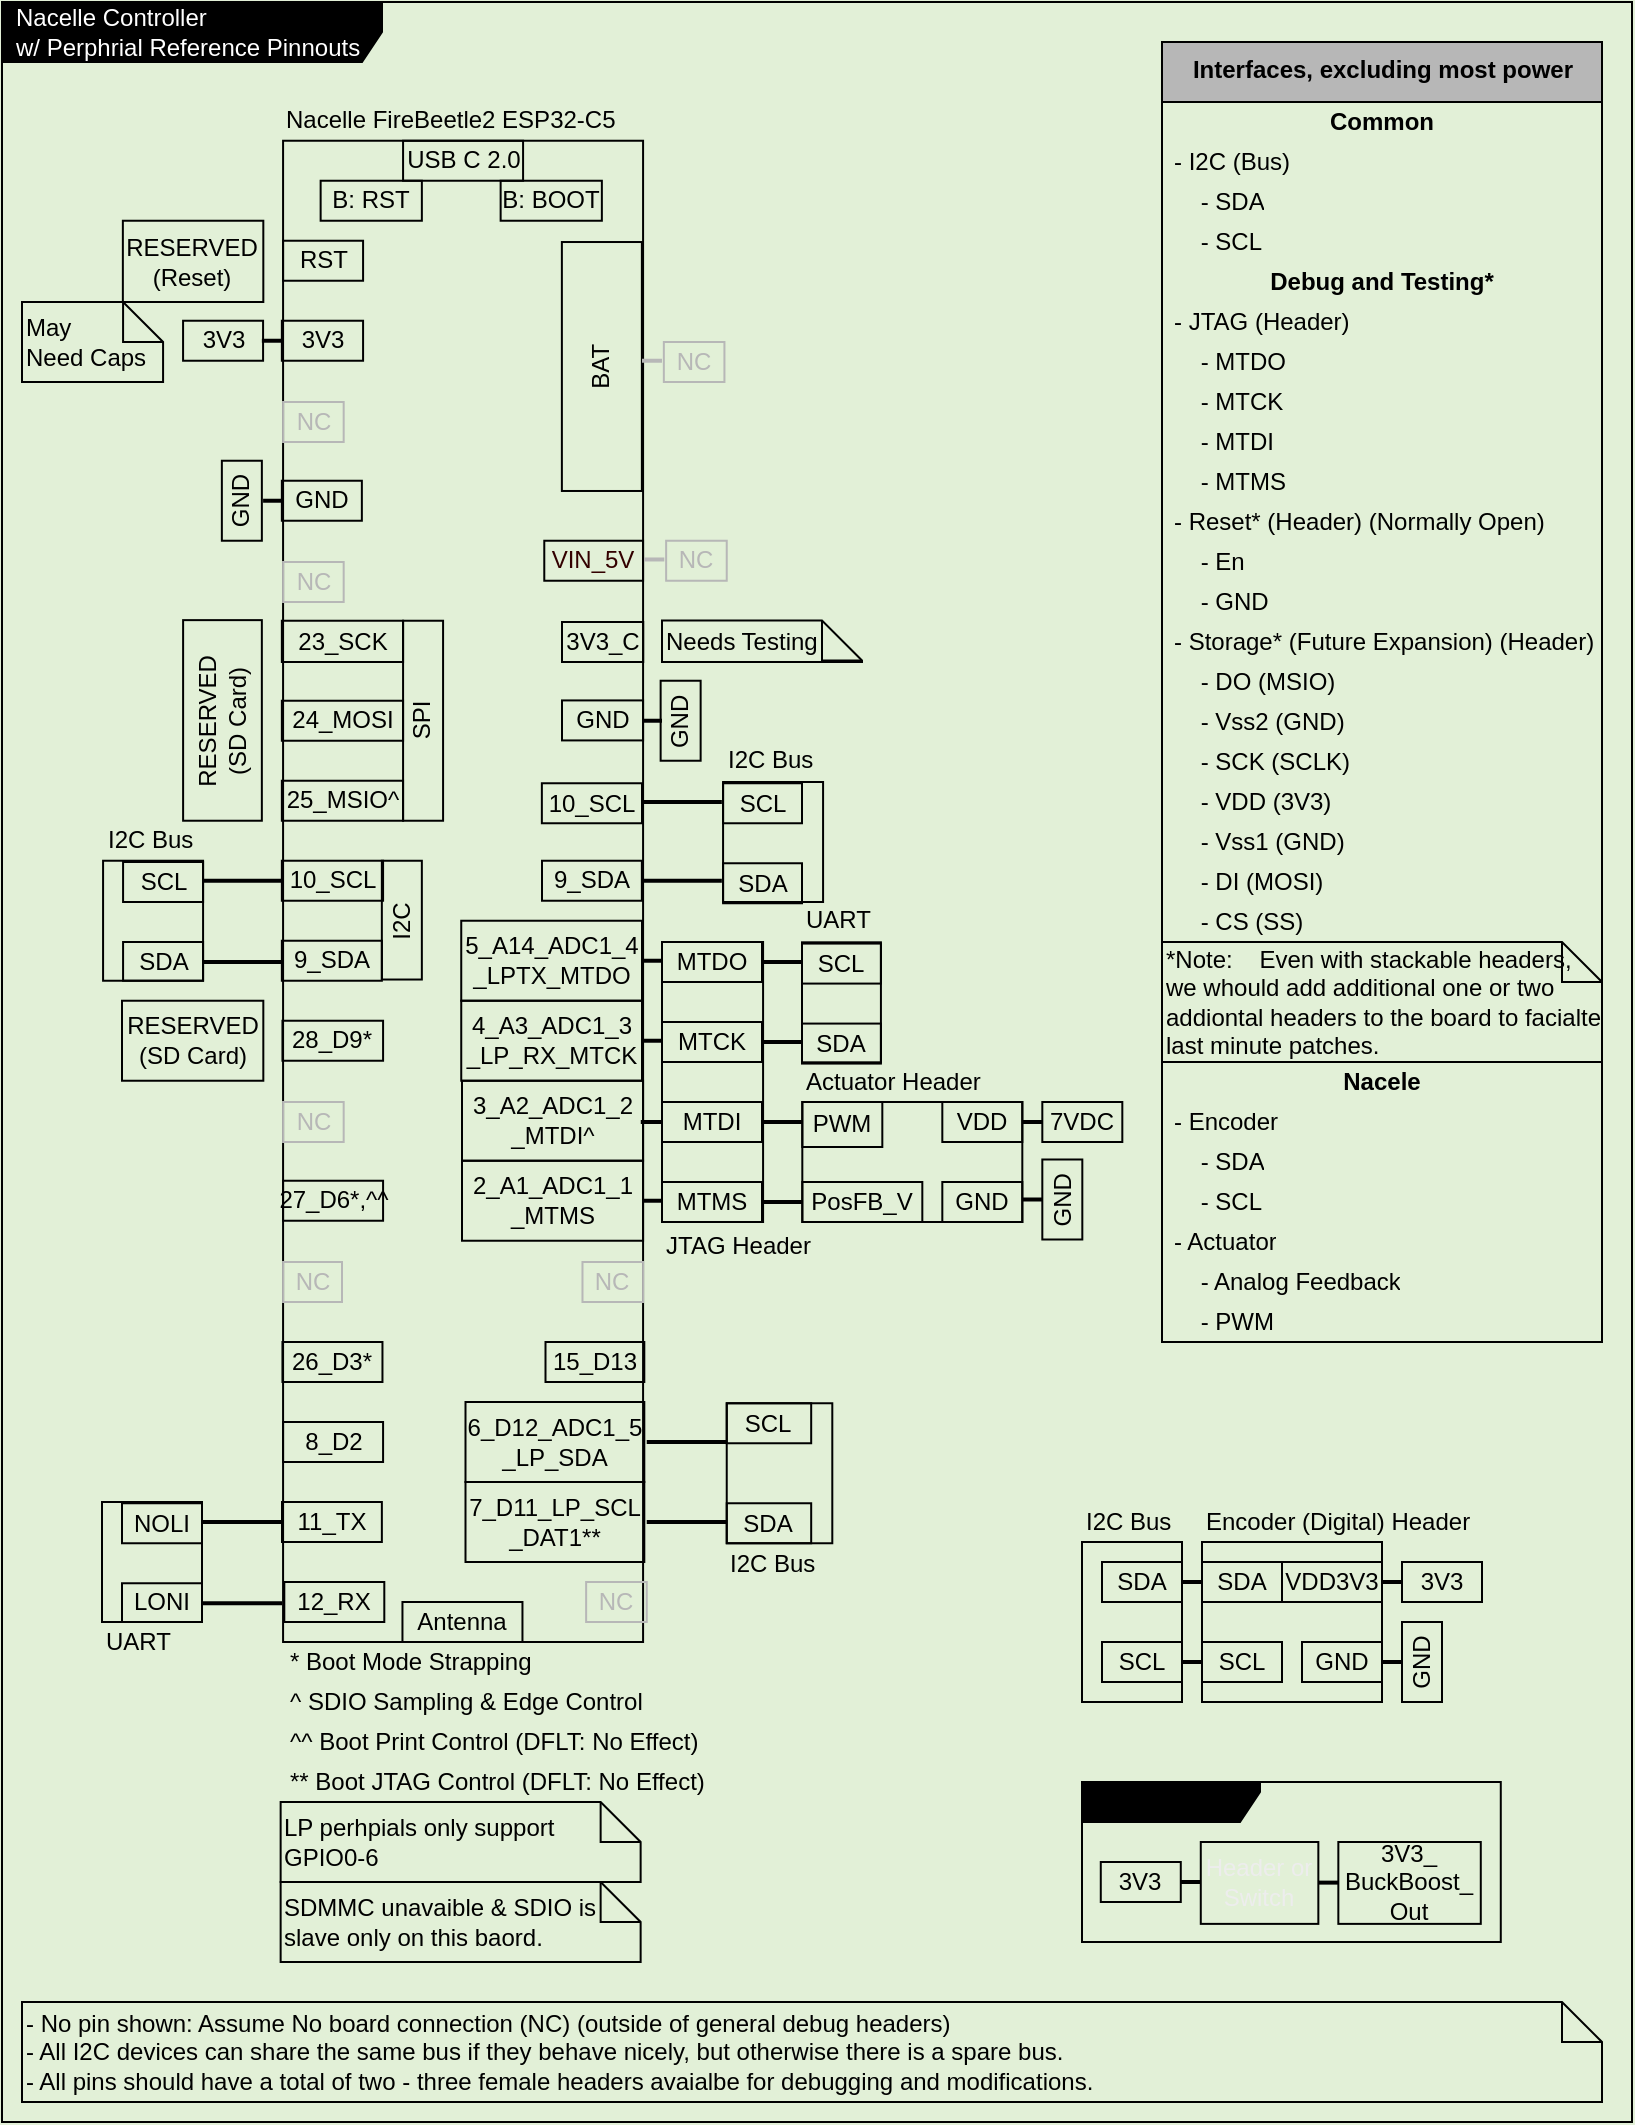
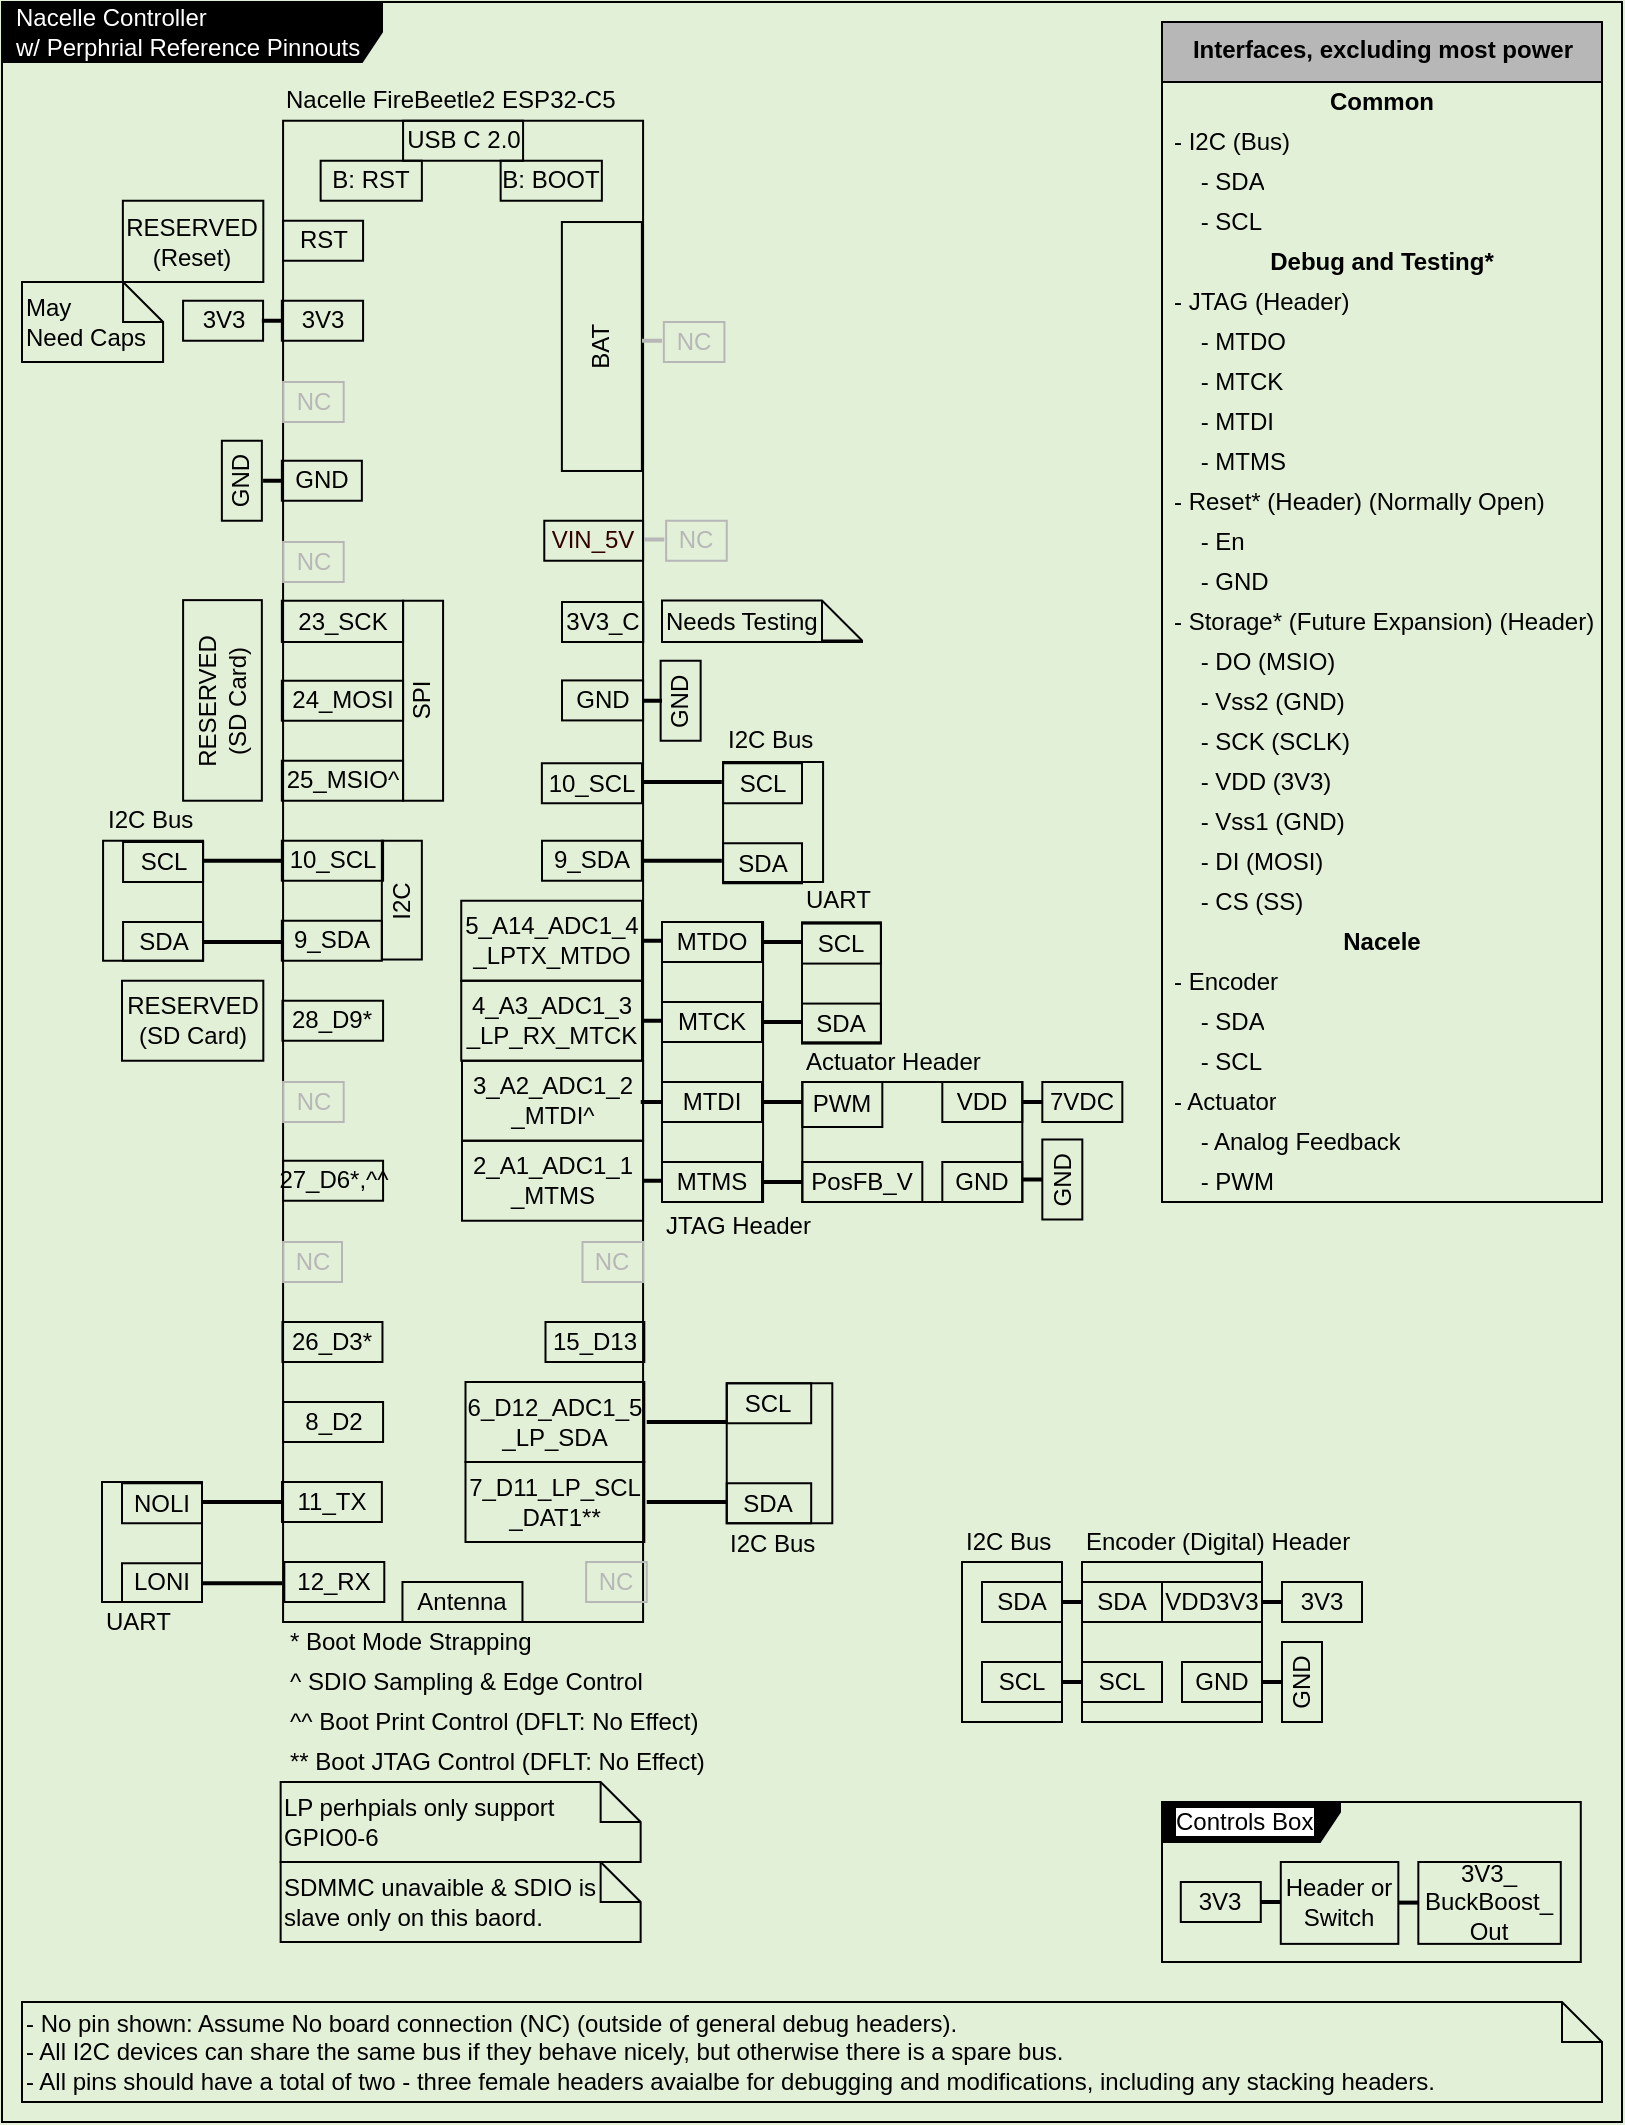
<mxfile host="65bd71144e">
    <diagram id="xW1vHMj48wwB0oUlumkL" name="Page-1">
        <mxGraphModel dx="1214" dy="571" grid="1" gridSize="10" guides="1" tooltips="1" connect="1" arrows="1" fold="1" page="1" pageScale="1" pageWidth="850" pageHeight="1100" background="#E2F0D7" math="0" shadow="0">
            <root>
                <mxCell id="0"/>
                <mxCell id="1" parent="0"/>
                <mxCell id="521" value="&lt;font color=&quot;#ffffff&quot;&gt;Nacelle Controller&lt;br&gt;w/ Perphrial Reference Pinnouts&lt;/font&gt;" style="shape=umlFrame;whiteSpace=wrap;html=1;width=190;height=30;boundedLbl=1;verticalAlign=middle;align=left;spacingLeft=5;fontColor=#000000;strokeColor=#000000;fillColor=#000000;gradientColor=#000000;fillStyle=solid;movable=1;resizable=1;rotatable=1;deletable=1;editable=1;connectable=1;" parent="1" vertex="1">
-                     <mxGeometry x="20" y="10" width="815" height="1060" as="geometry"/>
+                     <mxGeometry x="20" y="20" width="810" height="1060" as="geometry"/>
                </mxCell>
                <mxCell id="928" value="" style="text;html=1;strokeColor=#000000;fillColor=none;align=center;verticalAlign=middle;whiteSpace=wrap;rounded=0;fontColor=#000000;container=0;" vertex="1" parent="1">
                    <mxGeometry x="350" y="480" width="50.54" height="140" as="geometry"/>
                </mxCell>
                <mxCell id="40" value="&lt;span style=&quot;color: rgba(0, 0, 0, 0); font-family: monospace; font-size: 0px; text-align: start;&quot;&gt;%3CmxGraphModel%3E%3Croot%3E%3CmxCell%20id%3D%220%22%2F%3E%3CmxCell%20id%3D%221%22%20parent%3D%220%22%2F%3E%3CmxCell%20id%3D%222%22%20value%3D%22Common%22%20style%3D%22text%3Bhtml%3D1%3BstrokeColor%3Dnone%3BfillColor%3Dnone%3Balign%3Dcenter%3BverticalAlign%3Dmiddle%3BspacingLeft%3D4%3BspacingRight%3D4%3Boverflow%3Dhidden%3Brotatable%3D0%3Bpoints%3D%5B%5B0%2C0.5%5D%2C%5B1%2C0.5%5D%5D%3BportConstraint%3Deastwest%3BfontColor%3D%23000000%3B%22%20vertex%3D%221%22%20parent%3D%221%22%3E%3CmxGeometry%20x%3D%22530%22%20y%3D%2280%22%20width%3D%22272.5%22%20height%3D%2220%22%20as%3D%22geometry%22%2F%3E%3C%2FmxCell%3E%3C%2Froot%3E%3C%2FmxGraphModel%3E&lt;/span&gt;" style="rounded=0;whiteSpace=wrap;html=1;fillColor=none;strokeColor=#000000;fontColor=#000000;" parent="1" vertex="1">
                    <mxGeometry x="160.54" y="79.37" width="180" height="750.63" as="geometry"/>
                </mxCell>
                <mxCell id="147" value="3V3" style="text;html=1;strokeColor=#000000;fillColor=none;align=center;verticalAlign=middle;whiteSpace=wrap;rounded=0;fontColor=#000000;" parent="1" vertex="1">
                    <mxGeometry x="110.54" y="169.37" width="40" height="20" as="geometry"/>
                </mxCell>
                <mxCell id="41" value="RST" style="text;html=1;strokeColor=#000000;fillColor=none;align=center;verticalAlign=middle;whiteSpace=wrap;rounded=0;fontColor=#000000;" parent="1" vertex="1">
                    <mxGeometry x="160.54" y="129.37" width="40" height="20" as="geometry"/>
                </mxCell>
                <mxCell id="45" value="Nacelle FireBeetle2 ESP32-C5" style="text;html=1;strokeColor=none;fillColor=none;align=left;verticalAlign=middle;whiteSpace=wrap;rounded=0;fontColor=#000000;" parent="1" vertex="1">
                    <mxGeometry x="159.92999999999998" y="59.37" width="180.61" height="20" as="geometry"/>
                </mxCell>
                <mxCell id="46" value="3V3" style="text;html=1;strokeColor=#000000;fillColor=none;align=center;verticalAlign=middle;whiteSpace=wrap;rounded=0;fontColor=#000000;" parent="1" vertex="1">
                    <mxGeometry x="159.92999999999998" y="169.37" width="40.61" height="20" as="geometry"/>
                </mxCell>
                <mxCell id="50" value="GND" style="text;html=1;strokeColor=#000000;fillColor=none;align=center;verticalAlign=middle;whiteSpace=wrap;rounded=0;fontColor=#000000;" parent="1" vertex="1">
                    <mxGeometry x="159.92999999999998" y="249.37" width="40" height="20" as="geometry"/>
                </mxCell>
                <mxCell id="62" value="23_SCK" style="text;html=1;strokeColor=#000000;fillColor=none;align=center;verticalAlign=middle;whiteSpace=wrap;rounded=0;fontColor=#000000;" parent="1" vertex="1">
                    <mxGeometry x="159.92999999999998" y="319.37" width="60.61" height="20.63" as="geometry"/>
                </mxCell>
                <mxCell id="64" value="24_MOSI" style="text;html=1;strokeColor=#000000;fillColor=none;align=center;verticalAlign=middle;whiteSpace=wrap;rounded=0;fontColor=#000000;" parent="1" vertex="1">
                    <mxGeometry x="159.92999999999998" y="359.37" width="60.61" height="20" as="geometry"/>
                </mxCell>
                <mxCell id="66" value="25_MSIO^" style="text;html=1;strokeColor=#000000;fillColor=none;align=center;verticalAlign=middle;whiteSpace=wrap;rounded=0;fontColor=#000000;" parent="1" vertex="1">
                    <mxGeometry x="159.92999999999998" y="399.37" width="60.61" height="20" as="geometry"/>
                </mxCell>
                <mxCell id="69" value="10_SCL" style="text;html=1;strokeColor=#000000;fillColor=none;align=center;verticalAlign=middle;whiteSpace=wrap;rounded=0;fontColor=#000000;" parent="1" vertex="1">
                    <mxGeometry x="289.93" y="400.63" width="50.07" height="20" as="geometry"/>
                </mxCell>
                <mxCell id="71" value="9_SDA" style="text;html=1;strokeColor=#000000;fillColor=none;align=center;verticalAlign=middle;whiteSpace=wrap;rounded=0;fontColor=#000000;" parent="1" vertex="1">
                    <mxGeometry x="290" y="439.37" width="49.93" height="20" as="geometry"/>
                </mxCell>
                <mxCell id="73" value="5_A14_ADC1_4&lt;br&gt;_LPTX_MTDO" style="text;html=1;strokeColor=#000000;fillColor=none;align=center;verticalAlign=middle;whiteSpace=wrap;rounded=0;fontColor=#000000;" parent="1" vertex="1">
                    <mxGeometry x="249.62" y="469.37" width="90.38" height="40" as="geometry"/>
                </mxCell>
                <mxCell id="107" value="10_SCL" style="text;html=1;strokeColor=#000000;fillColor=none;align=center;verticalAlign=middle;whiteSpace=wrap;rounded=0;fontColor=#000000;" parent="1" vertex="1">
                    <mxGeometry x="159.92999999999998" y="439.37" width="50.61" height="20" as="geometry"/>
                </mxCell>
                <mxCell id="110" value="4_A3_ADC1_3&lt;br&gt;_LP_RX_MTCK" style="text;html=1;strokeColor=#000000;fillColor=none;align=center;verticalAlign=middle;whiteSpace=wrap;rounded=0;fontColor=#000000;" parent="1" vertex="1">
                    <mxGeometry x="249.62" y="509.37" width="90.38" height="40" as="geometry"/>
                </mxCell>
                <mxCell id="111" value="9_SDA" style="text;html=1;strokeColor=#000000;fillColor=none;align=center;verticalAlign=middle;whiteSpace=wrap;rounded=0;fontColor=#000000;" parent="1" vertex="1">
                    <mxGeometry x="159.92999999999998" y="479.37" width="50" height="20" as="geometry"/>
                </mxCell>
                <mxCell id="112" value="" style="line;strokeWidth=2;html=1;strokeColor=#000000;fontColor=#000000;" parent="1" vertex="1">
                    <mxGeometry x="149.92999999999998" y="174.37" width="10" height="10" as="geometry"/>
                </mxCell>
                <mxCell id="113" value="28_D9*" style="text;html=1;strokeColor=#000000;fillColor=none;align=center;verticalAlign=middle;whiteSpace=wrap;rounded=0;fontColor=#000000;" parent="1" vertex="1">
                    <mxGeometry x="160.23" y="519.37" width="50.31" height="20" as="geometry"/>
                </mxCell>
                <mxCell id="115" value="VIN_5V" style="text;html=1;strokeColor=#000000;fillColor=none;align=center;verticalAlign=middle;whiteSpace=wrap;rounded=0;fontColor=#330000;" parent="1" vertex="1">
                    <mxGeometry x="291.14000000000004" y="279.37" width="49.4" height="20" as="geometry"/>
                </mxCell>
                <mxCell id="118" value="2_A1_ADC1_1&lt;br&gt;_MTMS" style="text;html=1;strokeColor=#000000;fillColor=none;align=center;verticalAlign=middle;whiteSpace=wrap;rounded=0;fontColor=#000000;" parent="1" vertex="1">
                    <mxGeometry x="250" y="589.37" width="90.54" height="40" as="geometry"/>
                </mxCell>
                <mxCell id="123" value="27_D6*,^^" style="text;html=1;strokeColor=#000000;fillColor=none;align=center;verticalAlign=middle;whiteSpace=wrap;rounded=0;fontColor=#000000;" parent="1" vertex="1">
                    <mxGeometry x="160.54" y="599.37" width="50" height="20" as="geometry"/>
                </mxCell>
                <mxCell id="131" value="USB C 2.0" style="text;html=1;strokeColor=#000000;fillColor=none;align=center;verticalAlign=middle;whiteSpace=wrap;rounded=0;fontColor=#000000;" parent="1" vertex="1">
                    <mxGeometry x="220.54" y="79.37" width="60" height="20" as="geometry"/>
                </mxCell>
                <mxCell id="177" value="3_A2_ADC1_2&lt;br&gt;_MTDI^" style="text;html=1;strokeColor=#000000;fillColor=none;align=center;verticalAlign=middle;whiteSpace=wrap;rounded=0;fontColor=#000000;" parent="1" vertex="1">
                    <mxGeometry x="250" y="549.37" width="90.54" height="40" as="geometry"/>
                </mxCell>
                <mxCell id="297" value="&lt;font style=&quot;color: light-dark(rgb(0, 0, 0), rgb(255, 255, 255));&quot;&gt;&lt;b style=&quot;&quot;&gt;Interfaces, excluding most power&lt;/b&gt;&lt;/font&gt;" style="swimlane;fontStyle=0;align=center;verticalAlign=top;childLayout=stackLayout;horizontal=1;startSize=30;horizontalStack=0;resizeParent=1;resizeParentMax=0;resizeLast=0;collapsible=0;marginBottom=0;html=1;fontColor=#000000;strokeColor=#000000;fillColor=#b7b7b7;" parent="1" vertex="1">
-                     <mxGeometry x="600" y="30" width="220" height="650" as="geometry"/>
+                     <mxGeometry x="600" y="30" width="220" height="590" as="geometry"/>
                </mxCell>
                <mxCell id="298" value="&lt;b&gt;&lt;font style=&quot;color: light-dark(rgb(0, 0, 0), rgb(255, 255, 255));&quot;&gt;Common&lt;/font&gt;&lt;/b&gt;" style="text;html=1;strokeColor=none;fillColor=none;align=center;verticalAlign=middle;spacingLeft=4;spacingRight=4;overflow=hidden;rotatable=0;points=[[0,0.5],[1,0.5]];portConstraint=eastwest;fontColor=#000000;" parent="297" vertex="1">
                    <mxGeometry y="30" width="220" height="20" as="geometry"/>
                </mxCell>
                <mxCell id="299" value="- I2C (Bus)" style="text;html=1;align=left;verticalAlign=middle;spacingLeft=4;spacingRight=4;overflow=hidden;rotatable=0;points=[[0,0.5],[1,0.5]];portConstraint=eastwest;fontColor=#000000;strokeColor=none;" parent="297" vertex="1">
                    <mxGeometry y="50" width="220" height="20" as="geometry"/>
                </mxCell>
                <mxCell id="300" value="&amp;nbsp; &amp;nbsp; - SDA" style="text;html=1;align=left;verticalAlign=middle;spacingLeft=4;spacingRight=4;overflow=hidden;rotatable=0;points=[[0,0.5],[1,0.5]];portConstraint=eastwest;fontColor=#000000;strokeColor=none;" parent="297" vertex="1">
                    <mxGeometry y="70" width="220" height="20" as="geometry"/>
                </mxCell>
                <mxCell id="301" value="&amp;nbsp; &amp;nbsp; - SCL" style="text;html=1;align=left;verticalAlign=middle;spacingLeft=4;spacingRight=4;overflow=hidden;rotatable=0;points=[[0,0.5],[1,0.5]];portConstraint=eastwest;fontColor=#000000;strokeColor=none;" parent="297" vertex="1">
                    <mxGeometry y="90" width="220" height="20" as="geometry"/>
                </mxCell>
                <mxCell id="302" value="&lt;b&gt;&lt;font style=&quot;color: light-dark(rgb(0, 0, 0), rgb(255, 255, 255));&quot;&gt;Debug and Testing*&lt;/font&gt;&lt;/b&gt;" style="text;html=1;strokeColor=none;fillColor=none;align=center;verticalAlign=middle;spacingLeft=4;spacingRight=4;overflow=hidden;rotatable=0;points=[[0,0.5],[1,0.5]];portConstraint=eastwest;fontColor=#000000;" parent="297" vertex="1">
                    <mxGeometry y="110" width="220" height="20" as="geometry"/>
                </mxCell>
                <mxCell id="309" value="- JTAG (Header)" style="text;html=1;align=left;verticalAlign=middle;spacingLeft=4;spacingRight=4;overflow=hidden;rotatable=0;points=[[0,0.5],[1,0.5]];portConstraint=eastwest;fontColor=#000000;strokeColor=none;" parent="297" vertex="1">
                    <mxGeometry y="130" width="220" height="20" as="geometry"/>
                </mxCell>
                <mxCell id="313" value="&amp;nbsp; &amp;nbsp; - MTDO" style="text;html=1;align=left;verticalAlign=middle;spacingLeft=4;spacingRight=4;overflow=hidden;rotatable=0;points=[[0,0.5],[1,0.5]];portConstraint=eastwest;fontColor=#000000;strokeColor=none;" parent="297" vertex="1">
                    <mxGeometry y="150" width="220" height="20" as="geometry"/>
                </mxCell>
                <mxCell id="314" value="&amp;nbsp; &amp;nbsp; - MTCK" style="text;html=1;align=left;verticalAlign=middle;spacingLeft=4;spacingRight=4;overflow=hidden;rotatable=0;points=[[0,0.5],[1,0.5]];portConstraint=eastwest;fontColor=#000000;strokeColor=none;" parent="297" vertex="1">
                    <mxGeometry y="170" width="220" height="20" as="geometry"/>
                </mxCell>
                <mxCell id="315" value="&amp;nbsp; &amp;nbsp; - MTDI" style="text;html=1;align=left;verticalAlign=middle;spacingLeft=4;spacingRight=4;overflow=hidden;rotatable=0;points=[[0,0.5],[1,0.5]];portConstraint=eastwest;fontColor=#000000;strokeColor=none;" parent="297" vertex="1">
                    <mxGeometry y="190" width="220" height="20" as="geometry"/>
                </mxCell>
                <mxCell id="310" value="&amp;nbsp; &amp;nbsp; - MTMS" style="text;html=1;align=left;verticalAlign=middle;spacingLeft=4;spacingRight=4;overflow=hidden;rotatable=0;points=[[0,0.5],[1,0.5]];portConstraint=eastwest;fontColor=#000000;strokeColor=none;" parent="297" vertex="1">
                    <mxGeometry y="210" width="220" height="20" as="geometry"/>
                </mxCell>
                <mxCell id="303" value="- Reset* (Header) (Normally Open)" style="text;html=1;align=left;verticalAlign=middle;spacingLeft=4;spacingRight=4;overflow=hidden;rotatable=0;points=[[0,0.5],[1,0.5]];portConstraint=eastwest;fontColor=#000000;strokeColor=none;" parent="297" vertex="1">
                    <mxGeometry y="230" width="220" height="20" as="geometry"/>
                </mxCell>
                <mxCell id="304" value="&amp;nbsp; &amp;nbsp; - En" style="text;html=1;align=left;verticalAlign=middle;spacingLeft=4;spacingRight=4;overflow=hidden;rotatable=0;points=[[0,0.5],[1,0.5]];portConstraint=eastwest;fontColor=#000000;strokeColor=none;" parent="297" vertex="1">
                    <mxGeometry y="250" width="220" height="20" as="geometry"/>
                </mxCell>
                <mxCell id="305" value="&amp;nbsp; &amp;nbsp; - GND" style="text;html=1;align=left;verticalAlign=middle;spacingLeft=4;spacingRight=4;overflow=hidden;rotatable=0;points=[[0,0.5],[1,0.5]];portConstraint=eastwest;fontColor=#000000;strokeColor=none;" parent="297" vertex="1">
                    <mxGeometry y="270" width="220" height="20" as="geometry"/>
                </mxCell>
                <mxCell id="316" value="- Storage* (Future Expansion) (Header)" style="text;html=1;align=left;verticalAlign=middle;spacingLeft=4;spacingRight=4;overflow=hidden;rotatable=0;points=[[0,0.5],[1,0.5]];portConstraint=eastwest;fontColor=#000000;strokeColor=none;" parent="297" vertex="1">
                    <mxGeometry y="290" width="220" height="20" as="geometry"/>
                </mxCell>
                <mxCell id="317" value="&lt;font style=&quot;&quot;&gt;&lt;font style=&quot;color: light-dark(rgb(0, 0, 0), rgb(255, 255, 255));&quot;&gt;&amp;nbsp; &amp;nbsp; -&amp;nbsp;&lt;/font&gt;&lt;span style=&quot;text-align: center;&quot;&gt;&lt;font style=&quot;color: light-dark(rgb(0, 0, 0), rgb(255, 255, 255));&quot;&gt;DO (MSIO)&lt;/font&gt;&lt;/span&gt;&lt;/font&gt;" style="text;html=1;align=left;verticalAlign=middle;spacingLeft=4;spacingRight=4;overflow=hidden;rotatable=0;points=[[0,0.5],[1,0.5]];portConstraint=eastwest;fontColor=#000000;strokeColor=none;" parent="297" vertex="1">
                    <mxGeometry y="310" width="220" height="20" as="geometry"/>
                </mxCell>
                <mxCell id="318" value="&amp;nbsp; &amp;nbsp; - Vss2 (GND)" style="text;html=1;align=left;verticalAlign=middle;spacingLeft=4;spacingRight=4;overflow=hidden;rotatable=0;points=[[0,0.5],[1,0.5]];portConstraint=eastwest;fontColor=#000000;strokeColor=none;" parent="297" vertex="1">
                    <mxGeometry y="330" width="220" height="20" as="geometry"/>
                </mxCell>
                <mxCell id="319" value="&lt;font style=&quot;&quot;&gt;&lt;font style=&quot;color: light-dark(rgb(0, 0, 0), rgb(255, 255, 255));&quot;&gt;&amp;nbsp; &amp;nbsp; -&amp;nbsp;&lt;/font&gt;&lt;span style=&quot;text-align: center;&quot;&gt;&lt;font style=&quot;color: light-dark(rgb(0, 0, 0), rgb(255, 255, 255));&quot;&gt;SCK (SCLK)&lt;/font&gt;&lt;/span&gt;&lt;/font&gt;" style="text;html=1;align=left;verticalAlign=middle;spacingLeft=4;spacingRight=4;overflow=hidden;rotatable=0;points=[[0,0.5],[1,0.5]];portConstraint=eastwest;fontColor=#000000;strokeColor=none;" parent="297" vertex="1">
                    <mxGeometry y="350" width="220" height="20" as="geometry"/>
                </mxCell>
                <mxCell id="320" value="&amp;nbsp; &amp;nbsp; - VDD (3V3)" style="text;html=1;align=left;verticalAlign=middle;spacingLeft=4;spacingRight=4;overflow=hidden;rotatable=0;points=[[0,0.5],[1,0.5]];portConstraint=eastwest;fontColor=#000000;strokeColor=none;" parent="297" vertex="1">
                    <mxGeometry y="370" width="220" height="20" as="geometry"/>
                </mxCell>
                <mxCell id="321" value="&amp;nbsp; &amp;nbsp; - Vss1 (GND)" style="text;html=1;align=left;verticalAlign=middle;spacingLeft=4;spacingRight=4;overflow=hidden;rotatable=0;points=[[0,0.5],[1,0.5]];portConstraint=eastwest;fontColor=#000000;strokeColor=none;" parent="297" vertex="1">
                    <mxGeometry y="390" width="220" height="20" as="geometry"/>
                </mxCell>
                <mxCell id="322" value="&lt;font style=&quot;&quot;&gt;&lt;font style=&quot;color: light-dark(rgb(0, 0, 0), rgb(255, 255, 255));&quot;&gt;&amp;nbsp; &amp;nbsp; -&amp;nbsp;&lt;/font&gt;&lt;span style=&quot;text-align: center;&quot;&gt;&lt;font style=&quot;color: light-dark(rgb(0, 0, 0), rgb(255, 255, 255));&quot;&gt;DI (MOSI)&lt;/font&gt;&lt;/span&gt;&lt;/font&gt;" style="text;html=1;align=left;verticalAlign=middle;spacingLeft=4;spacingRight=4;overflow=hidden;rotatable=0;points=[[0,0.5],[1,0.5]];portConstraint=eastwest;fontColor=#000000;strokeColor=none;" parent="297" vertex="1">
                    <mxGeometry y="410" width="220" height="20" as="geometry"/>
                </mxCell>
                <mxCell id="323" value="&amp;nbsp; &amp;nbsp; - CS (SS)" style="text;html=1;align=left;verticalAlign=middle;spacingLeft=4;spacingRight=4;overflow=hidden;rotatable=0;points=[[0,0.5],[1,0.5]];portConstraint=eastwest;fontColor=#000000;strokeColor=none;" parent="297" vertex="1">
                    <mxGeometry y="430" width="220" height="20" as="geometry"/>
                </mxCell>
-                 <mxCell id="324" value="&lt;span style=&quot;&quot;&gt;&lt;font style=&quot;color: light-dark(rgb(0, 0, 0), rgb(255, 255, 255));&quot;&gt;*Note:&amp;nbsp; &amp;nbsp; Even with stackable headers, we whould add additional one or two addiontal headers to the board to facialte last minute patches.&lt;/font&gt;&lt;/span&gt;" style="shape=note;size=20;whiteSpace=wrap;html=1;strokeColor=#000000;fontColor=#000000;fillColor=none;align=left;" parent="297" vertex="1">
-                     <mxGeometry y="450" width="220" height="60" as="geometry"/>
-                 </mxCell>
                <mxCell id="509" value="&lt;b&gt;&lt;font style=&quot;color: light-dark(rgb(0, 0, 0), rgb(255, 255, 255));&quot;&gt;Nacele&lt;/font&gt;&lt;/b&gt;" style="text;html=1;strokeColor=none;fillColor=none;align=center;verticalAlign=middle;spacingLeft=4;spacingRight=4;overflow=hidden;rotatable=0;points=[[0,0.5],[1,0.5]];portConstraint=eastwest;fontColor=#000000;" parent="297" vertex="1">
+                     <mxGeometry y="450" width="220" height="20" as="geometry"/>
+                 </mxCell>
+                 <mxCell id="510" value="- Encoder&lt;span style=&quot;color: rgba(0, 0, 0, 0); font-family: monospace; font-size: 0px;&quot;&gt;%3CmxGraphModel%3E%3Croot%3E%3CmxCell%20id%3D%220%22%2F%3E%3CmxCell%20id%3D%221%22%20parent%3D%220%22%2F%3E%3CmxCell%20id%3D%222%22%20value%3D%22%26amp%3Bnbsp%3B%20%26amp%3Bnbsp%3B%20-%20CS%20(SS)%22%20style%3D%22text%3Bhtml%3D1%3Balign%3Dleft%3BverticalAlign%3Dmiddle%3BspacingLeft%3D4%3BspacingRight%3D4%3Boverflow%3Dhidden%3Brotatable%3D0%3Bpoints%3D%5B%5B0%2C0.5%5D%2C%5B1%2C0.5%5D%5D%3BportConstraint%3Deastwest%3BfontColor%3D%23000000%3BstrokeColor%3Dnone%3B%22%20vertex%3D%221%22%20parent%3D%221%22%3E%3CmxGeometry%20x%3D%22610%22%20y%3D%22575%22%20width%3D%22220%22%20height%3D%2220%22%20as%3D%22geometry%22%2F%3E%3C%2FmxCell%3E%3C%2Froot%3E%3C%2FmxGraphModel%3E&lt;/span&gt;" style="text;html=1;align=left;verticalAlign=middle;spacingLeft=4;spacingRight=4;overflow=hidden;rotatable=0;points=[[0,0.5],[1,0.5]];portConstraint=eastwest;fontColor=#000000;strokeColor=none;" parent="297" vertex="1">
+                     <mxGeometry y="470" width="220" height="20" as="geometry"/>
+                 </mxCell>
+                 <mxCell id="617" value="&amp;nbsp; &amp;nbsp; - SDA" style="text;html=1;align=left;verticalAlign=middle;spacingLeft=4;spacingRight=4;overflow=hidden;rotatable=0;points=[[0,0.5],[1,0.5]];portConstraint=eastwest;fontColor=#000000;strokeColor=none;" parent="297" vertex="1">
+                     <mxGeometry y="490" width="220" height="20" as="geometry"/>
+                 </mxCell>
+                 <mxCell id="618" value="&amp;nbsp; &amp;nbsp; - SCL" style="text;html=1;align=left;verticalAlign=middle;spacingLeft=4;spacingRight=4;overflow=hidden;rotatable=0;points=[[0,0.5],[1,0.5]];portConstraint=eastwest;fontColor=#000000;strokeColor=none;" parent="297" vertex="1">
                    <mxGeometry y="510" width="220" height="20" as="geometry"/>
                </mxCell>
-                 <mxCell id="510" value="- Encoder&lt;span style=&quot;color: rgba(0, 0, 0, 0); font-family: monospace; font-size: 0px;&quot;&gt;%3CmxGraphModel%3E%3Croot%3E%3CmxCell%20id%3D%220%22%2F%3E%3CmxCell%20id%3D%221%22%20parent%3D%220%22%2F%3E%3CmxCell%20id%3D%222%22%20value%3D%22%26amp%3Bnbsp%3B%20%26amp%3Bnbsp%3B%20-%20CS%20(SS)%22%20style%3D%22text%3Bhtml%3D1%3Balign%3Dleft%3BverticalAlign%3Dmiddle%3BspacingLeft%3D4%3BspacingRight%3D4%3Boverflow%3Dhidden%3Brotatable%3D0%3Bpoints%3D%5B%5B0%2C0.5%5D%2C%5B1%2C0.5%5D%5D%3BportConstraint%3Deastwest%3BfontColor%3D%23000000%3BstrokeColor%3Dnone%3B%22%20vertex%3D%221%22%20parent%3D%221%22%3E%3CmxGeometry%20x%3D%22610%22%20y%3D%22575%22%20width%3D%22220%22%20height%3D%2220%22%20as%3D%22geometry%22%2F%3E%3C%2FmxCell%3E%3C%2Froot%3E%3C%2FmxGraphModel%3E&lt;/span&gt;" style="text;html=1;align=left;verticalAlign=middle;spacingLeft=4;spacingRight=4;overflow=hidden;rotatable=0;points=[[0,0.5],[1,0.5]];portConstraint=eastwest;fontColor=#000000;strokeColor=none;" parent="297" vertex="1">
+                 <mxCell id="515" value="- Actuator&lt;span style=&quot;color: rgba(0, 0, 0, 0); font-family: monospace; font-size: 0px;&quot;&gt;%3CmxGraphModel%3E%3Croot%3E%3CmxCell%20id%3D%220%22%2F%3E%3CmxCell%20id%3D%221%22%20parent%3D%220%22%2F%3E%3CmxCell%20id%3D%222%22%20value%3D%22%26amp%3Bnbsp%3B%20%26amp%3Bnbsp%3B%20-%20CS%20(SS)%22%20style%3D%22text%3Bhtml%3D1%3Balign%3Dleft%3BverticalAlign%3Dmiddle%3BspacingLeft%3D4%3BspacingRight%3D4%3Boverflow%3Dhidden%3Brotatable%3D0%3Bpoints%3D%5B%5B0%2C0.5%5D%2C%5B1%2C0.5%5D%5D%3BportConstraint%3Deastwest%3BfontColor%3D%23000000%3BstrokeColor%3Dnone%3B%22%20vertex%3D%221%22%20parent%3D%221%22%3E%3CmxGeometry%20x%3D%22610%22%20y%3D%22575%22%20width%3D%22220%22%20height%3D%2220%22%20as%3D%22geometry%22%2F%3E%3C%2FmxCell%3E%3C%2Froot%3E%3C%2FmxGraphModel%3E&lt;/span&gt;" style="text;html=1;align=left;verticalAlign=middle;spacingLeft=4;spacingRight=4;overflow=hidden;rotatable=0;points=[[0,0.5],[1,0.5]];portConstraint=eastwest;fontColor=#000000;strokeColor=none;" parent="297" vertex="1">
                    <mxGeometry y="530" width="220" height="20" as="geometry"/>
                </mxCell>
-                 <mxCell id="617" value="&amp;nbsp; &amp;nbsp; - SDA" style="text;html=1;align=left;verticalAlign=middle;spacingLeft=4;spacingRight=4;overflow=hidden;rotatable=0;points=[[0,0.5],[1,0.5]];portConstraint=eastwest;fontColor=#000000;strokeColor=none;" parent="297" vertex="1">
+                 <mxCell id="517" value="&amp;nbsp; &amp;nbsp; - Analog Feedback" style="text;html=1;align=left;verticalAlign=middle;spacingLeft=4;spacingRight=4;overflow=hidden;rotatable=0;points=[[0,0.5],[1,0.5]];portConstraint=eastwest;fontColor=#000000;strokeColor=none;" parent="297" vertex="1">
                    <mxGeometry y="550" width="220" height="20" as="geometry"/>
                </mxCell>
-                 <mxCell id="618" value="&amp;nbsp; &amp;nbsp; - SCL" style="text;html=1;align=left;verticalAlign=middle;spacingLeft=4;spacingRight=4;overflow=hidden;rotatable=0;points=[[0,0.5],[1,0.5]];portConstraint=eastwest;fontColor=#000000;strokeColor=none;" parent="297" vertex="1">
+                 <mxCell id="516" value="&amp;nbsp; &amp;nbsp; - PWM" style="text;html=1;align=left;verticalAlign=middle;spacingLeft=4;spacingRight=4;overflow=hidden;rotatable=0;points=[[0,0.5],[1,0.5]];portConstraint=eastwest;fontColor=#000000;strokeColor=none;" parent="297" vertex="1">
                    <mxGeometry y="570" width="220" height="20" as="geometry"/>
-                 </mxCell>
-                 <mxCell id="515" value="- Actuator&lt;span style=&quot;color: rgba(0, 0, 0, 0); font-family: monospace; font-size: 0px;&quot;&gt;%3CmxGraphModel%3E%3Croot%3E%3CmxCell%20id%3D%220%22%2F%3E%3CmxCell%20id%3D%221%22%20parent%3D%220%22%2F%3E%3CmxCell%20id%3D%222%22%20value%3D%22%26amp%3Bnbsp%3B%20%26amp%3Bnbsp%3B%20-%20CS%20(SS)%22%20style%3D%22text%3Bhtml%3D1%3Balign%3Dleft%3BverticalAlign%3Dmiddle%3BspacingLeft%3D4%3BspacingRight%3D4%3Boverflow%3Dhidden%3Brotatable%3D0%3Bpoints%3D%5B%5B0%2C0.5%5D%2C%5B1%2C0.5%5D%5D%3BportConstraint%3Deastwest%3BfontColor%3D%23000000%3BstrokeColor%3Dnone%3B%22%20vertex%3D%221%22%20parent%3D%221%22%3E%3CmxGeometry%20x%3D%22610%22%20y%3D%22575%22%20width%3D%22220%22%20height%3D%2220%22%20as%3D%22geometry%22%2F%3E%3C%2FmxCell%3E%3C%2Froot%3E%3C%2FmxGraphModel%3E&lt;/span&gt;" style="text;html=1;align=left;verticalAlign=middle;spacingLeft=4;spacingRight=4;overflow=hidden;rotatable=0;points=[[0,0.5],[1,0.5]];portConstraint=eastwest;fontColor=#000000;strokeColor=none;" parent="297" vertex="1">
-                     <mxGeometry y="590" width="220" height="20" as="geometry"/>
-                 </mxCell>
-                 <mxCell id="517" value="&amp;nbsp; &amp;nbsp; - Analog Feedback" style="text;html=1;align=left;verticalAlign=middle;spacingLeft=4;spacingRight=4;overflow=hidden;rotatable=0;points=[[0,0.5],[1,0.5]];portConstraint=eastwest;fontColor=#000000;strokeColor=none;" parent="297" vertex="1">
-                     <mxGeometry y="610" width="220" height="20" as="geometry"/>
-                 </mxCell>
-                 <mxCell id="516" value="&amp;nbsp; &amp;nbsp; - PWM" style="text;html=1;align=left;verticalAlign=middle;spacingLeft=4;spacingRight=4;overflow=hidden;rotatable=0;points=[[0,0.5],[1,0.5]];portConstraint=eastwest;fontColor=#000000;strokeColor=none;" parent="297" vertex="1">
-                     <mxGeometry y="630" width="220" height="20" as="geometry"/>
                </mxCell>
                <mxCell id="432" value="* Boot Mode Strapping" style="text;html=1;strokeColor=none;fillColor=none;align=left;verticalAlign=middle;whiteSpace=wrap;rounded=0;fontColor=#000000;" parent="1" vertex="1">
                    <mxGeometry x="161.76" y="830" width="180.61" height="20" as="geometry"/>
                </mxCell>
-                 <mxCell id="455" value="- No pin shown: Assume No board connection (NC) (outside of general debug headers)&lt;br&gt;- All I2C devices can share the same bus if they behave nicely, but otherwise there is a spare bus.&lt;div&gt;&lt;font style=&quot;color: light-dark(rgb(0, 0, 0), rgb(255, 255, 255));&quot;&gt;- All pins should have a total of two - three female headers avaialbe for debugging and modifications.&lt;/font&gt;&lt;/div&gt;" style="shape=note;size=20;whiteSpace=wrap;html=1;strokeColor=#000000;fontColor=#000000;fillColor=none;align=left;" parent="1" vertex="1">
-                     <mxGeometry x="30" y="1010" width="790" height="50" as="geometry"/>
+                 <mxCell id="455" value="- No pin shown: Assume No board connection (NC) (outside of general debug headers).&lt;br&gt;- All I2C devices can share the same bus if they behave nicely, but otherwise there is a spare bus.&lt;div&gt;&lt;font style=&quot;color: light-dark(rgb(0, 0, 0), rgb(255, 255, 255));&quot;&gt;- All pins should have a total of two - three female headers avaialbe for debugging and modifications, including any stacking headers.&lt;/font&gt;&lt;/div&gt;" style="shape=note;size=20;whiteSpace=wrap;html=1;strokeColor=#000000;fontColor=#000000;fillColor=none;align=left;" parent="1" vertex="1">
+                     <mxGeometry x="30" y="1020" width="790" height="50" as="geometry"/>
                </mxCell>
                <mxCell id="533" value="" style="line;strokeWidth=2;html=1;strokeColor=#000000;fontColor=#000000;" parent="1" vertex="1">
                    <mxGeometry x="340.96" y="484.37" width="9.04" height="10" as="geometry"/>
                </mxCell>
                <mxCell id="534" value="" style="line;strokeWidth=2;html=1;strokeColor=#000000;fontColor=#000000;" parent="1" vertex="1">
                    <mxGeometry x="340.61" y="524.37" width="9.39" height="10" as="geometry"/>
                </mxCell>
                <mxCell id="535" value="" style="line;strokeWidth=2;html=1;strokeColor=#000000;fontColor=#000000;" parent="1" vertex="1">
                    <mxGeometry x="340.96" y="604.37" width="9.04" height="10" as="geometry"/>
                </mxCell>
                <mxCell id="554" value="SDMMC unavaible &amp;amp; SDIO is slave only on this baord." style="shape=note;size=20;whiteSpace=wrap;html=1;strokeColor=#000000;fontColor=#000000;fillColor=none;align=left;" parent="1" vertex="1">
                    <mxGeometry x="159.32" y="950" width="180" height="40" as="geometry"/>
                </mxCell>
                <mxCell id="703" value="" style="group" parent="1" vertex="1" connectable="0">
-                     <mxGeometry x="560" y="760" width="200" height="100" as="geometry"/>
+                     <mxGeometry x="500" y="780" width="200" height="100" as="geometry"/>
                </mxCell>
                <mxCell id="704" value="Encoder (Digital) Header" style="text;html=1;strokeColor=none;fillColor=none;align=left;verticalAlign=middle;whiteSpace=wrap;rounded=0;fontColor=#000000;container=0;" parent="703" vertex="1">
                    <mxGeometry x="60" width="140" height="20" as="geometry"/>
                </mxCell>
                <mxCell id="705" value="" style="rounded=0;whiteSpace=wrap;html=1;fillColor=none;strokeColor=#000000;fontColor=#000000;container=0;" parent="703" vertex="1">
                    <mxGeometry x="60" y="20" width="90" height="80" as="geometry"/>
                </mxCell>
                <mxCell id="706" value="SDA" style="text;html=1;strokeColor=#000000;fillColor=none;align=center;verticalAlign=middle;whiteSpace=wrap;rounded=0;fontColor=#000000;container=0;" parent="703" vertex="1">
                    <mxGeometry x="60" y="30" width="40" height="20" as="geometry"/>
                </mxCell>
                <mxCell id="707" value="SCL" style="text;html=1;strokeColor=#000000;fillColor=none;align=center;verticalAlign=middle;whiteSpace=wrap;rounded=0;fontColor=#000000;container=0;" parent="703" vertex="1">
                    <mxGeometry x="60" y="70" width="40" height="20" as="geometry"/>
                </mxCell>
                <mxCell id="708" value="VDD3V3" style="text;html=1;strokeColor=#000000;fillColor=none;align=center;verticalAlign=middle;whiteSpace=wrap;rounded=0;fontColor=#000000;container=0;" parent="703" vertex="1">
                    <mxGeometry x="100" y="30" width="50" height="20" as="geometry"/>
                </mxCell>
                <mxCell id="709" value="GND" style="text;html=1;strokeColor=#000000;fillColor=none;align=center;verticalAlign=middle;whiteSpace=wrap;rounded=0;fontColor=#000000;container=0;" parent="703" vertex="1">
                    <mxGeometry x="110" y="70" width="40" height="20" as="geometry"/>
                </mxCell>
                <mxCell id="710" value="GND" style="text;html=1;strokeColor=#000000;fillColor=none;align=center;verticalAlign=middle;whiteSpace=wrap;rounded=0;fontColor=#000000;container=0;rotation=-90;" parent="703" vertex="1">
                    <mxGeometry x="150" y="70" width="40" height="20" as="geometry"/>
                </mxCell>
                <mxCell id="711" value="3V3" style="text;html=1;strokeColor=#000000;fillColor=none;align=center;verticalAlign=middle;whiteSpace=wrap;rounded=0;fontColor=#000000;container=0;" parent="703" vertex="1">
                    <mxGeometry x="160" y="30" width="40" height="20" as="geometry"/>
                </mxCell>
                <mxCell id="712" value="" style="line;strokeWidth=2;html=1;strokeColor=#000000;fontColor=#000000;container=0;" parent="703" vertex="1">
                    <mxGeometry x="50" y="35" width="10" height="10" as="geometry"/>
                </mxCell>
                <mxCell id="713" value="" style="line;strokeWidth=2;html=1;strokeColor=#000000;fontColor=#000000;container=0;" parent="703" vertex="1">
                    <mxGeometry x="50" y="75" width="10" height="10" as="geometry"/>
                </mxCell>
                <mxCell id="714" value="" style="line;strokeWidth=2;html=1;strokeColor=#000000;fontColor=#000000;container=0;" parent="703" vertex="1">
                    <mxGeometry x="150" y="35" width="10" height="10" as="geometry"/>
                </mxCell>
                <mxCell id="715" value="" style="line;strokeWidth=2;html=1;strokeColor=#000000;fontColor=#000000;container=0;" parent="703" vertex="1">
                    <mxGeometry x="150" y="75" width="10" height="10" as="geometry"/>
                </mxCell>
                <mxCell id="716" value="I2C Bus" style="text;html=1;strokeColor=none;fillColor=none;align=left;verticalAlign=middle;whiteSpace=wrap;rounded=0;fontColor=#000000;container=0;" parent="703" vertex="1">
                    <mxGeometry width="50" height="20" as="geometry"/>
                </mxCell>
                <mxCell id="717" value="" style="rounded=0;whiteSpace=wrap;html=1;fillColor=none;strokeColor=#000000;fontColor=#000000;container=0;" parent="703" vertex="1">
                    <mxGeometry y="20" width="50" height="80" as="geometry"/>
                </mxCell>
                <mxCell id="718" value="SDA" style="text;html=1;strokeColor=#000000;fillColor=none;align=center;verticalAlign=middle;whiteSpace=wrap;rounded=0;fontColor=#000000;container=0;" parent="703" vertex="1">
                    <mxGeometry x="10" y="30" width="40" height="20" as="geometry"/>
                </mxCell>
                <mxCell id="719" value="SCL" style="text;html=1;strokeColor=#000000;fillColor=none;align=center;verticalAlign=middle;whiteSpace=wrap;rounded=0;fontColor=#000000;container=0;" parent="703" vertex="1">
                    <mxGeometry x="10" y="70" width="40" height="20" as="geometry"/>
                </mxCell>
                <mxCell id="720" value="B: RST" style="text;html=1;strokeColor=#000000;fillColor=none;align=center;verticalAlign=middle;whiteSpace=wrap;rounded=0;fontColor=#000000;" parent="1" vertex="1">
                    <mxGeometry x="179.32" y="99.37" width="50.61" height="20" as="geometry"/>
                </mxCell>
                <mxCell id="721" value="B: BOOT" style="text;html=1;strokeColor=#000000;fillColor=none;align=center;verticalAlign=middle;whiteSpace=wrap;rounded=0;fontColor=#000000;" parent="1" vertex="1">
                    <mxGeometry x="269.32000000000005" y="99.37" width="50.61" height="20" as="geometry"/>
                </mxCell>
                <mxCell id="724" value="BAT" style="text;html=1;strokeColor=#000000;fillColor=none;align=center;verticalAlign=middle;whiteSpace=wrap;rounded=0;fontColor=#000000;rotation=-90;" parent="1" vertex="1">
                    <mxGeometry x="257.7" y="172.25" width="124.48" height="40" as="geometry"/>
                </mxCell>
                <mxCell id="725" value="GND" style="text;html=1;strokeColor=#000000;fillColor=none;align=center;verticalAlign=middle;whiteSpace=wrap;rounded=0;fontColor=#000000;rotation=-90;" parent="1" vertex="1">
                    <mxGeometry x="119.92999999999999" y="249.37" width="40" height="20" as="geometry"/>
                </mxCell>
                <mxCell id="727" value="" style="line;strokeWidth=2;html=1;strokeColor=#000000;fontColor=#000000;" parent="1" vertex="1">
                    <mxGeometry x="150.54" y="254.37" width="10" height="10" as="geometry"/>
                </mxCell>
                <mxCell id="731" value="SPI" style="text;html=1;strokeColor=#000000;fillColor=none;align=center;verticalAlign=middle;whiteSpace=wrap;rounded=0;fontColor=#000000;rotation=-90;" parent="1" vertex="1">
                    <mxGeometry x="180.54" y="359.37" width="100" height="20" as="geometry"/>
                </mxCell>
                <mxCell id="735" value="" style="group" parent="1" vertex="1" connectable="0">
                    <mxGeometry x="70.54" y="409.37" width="90" height="110.63" as="geometry"/>
                </mxCell>
                <mxCell id="505" value="" style="line;strokeWidth=2;html=1;strokeColor=#000000;fontColor=#000000;" parent="735" vertex="1">
                    <mxGeometry x="50" y="35" width="40" height="10" as="geometry"/>
                </mxCell>
                <mxCell id="506" value="" style="line;strokeWidth=2;html=1;strokeColor=#000000;fontColor=#000000;" parent="735" vertex="1">
                    <mxGeometry x="50" y="75.63" width="40" height="10" as="geometry"/>
                </mxCell>
                <mxCell id="590" value="" style="rounded=0;whiteSpace=wrap;html=1;fillColor=none;strokeColor=#000000;fontColor=#000000;container=0;" parent="735" vertex="1">
                    <mxGeometry y="30" width="50" height="60" as="geometry"/>
                </mxCell>
                <mxCell id="592" value="SCL" style="text;html=1;strokeColor=#000000;fillColor=none;align=center;verticalAlign=middle;whiteSpace=wrap;rounded=0;fontColor=#000000;container=0;" parent="735" vertex="1">
                    <mxGeometry x="10" y="30.629999999999995" width="40" height="20" as="geometry"/>
                </mxCell>
                <mxCell id="593" value="SDA" style="text;html=1;strokeColor=#000000;fillColor=none;align=center;verticalAlign=middle;whiteSpace=wrap;rounded=0;fontColor=#000000;container=0;" parent="735" vertex="1">
                    <mxGeometry x="10" y="70.63" width="40" height="19.37" as="geometry"/>
                </mxCell>
                <mxCell id="591" value="I2C Bus" style="text;html=1;strokeColor=none;fillColor=none;align=left;verticalAlign=middle;whiteSpace=wrap;rounded=0;fontColor=#000000;container=0;" parent="735" vertex="1">
                    <mxGeometry y="10" width="50" height="20" as="geometry"/>
                </mxCell>
                <mxCell id="736" value="I2C" style="text;html=1;strokeColor=#000000;fillColor=none;align=center;verticalAlign=middle;whiteSpace=wrap;rounded=0;fontColor=#000000;rotation=-90;" parent="1" vertex="1">
                    <mxGeometry x="190.23" y="459.07" width="59.39" height="20" as="geometry"/>
                </mxCell>
                <mxCell id="737" value="8_D2" style="text;html=1;strokeColor=#000000;fillColor=none;align=center;verticalAlign=middle;whiteSpace=wrap;rounded=0;fontColor=#000000;" parent="1" vertex="1">
                    <mxGeometry x="160.54" y="720" width="50" height="20" as="geometry"/>
                </mxCell>
                <mxCell id="738" value="11_TX" style="text;html=1;strokeColor=#000000;fillColor=none;align=center;verticalAlign=middle;whiteSpace=wrap;rounded=0;fontColor=#000000;" parent="1" vertex="1">
                    <mxGeometry x="160" y="760" width="49.93" height="20" as="geometry"/>
                </mxCell>
                <mxCell id="739" value="12_RX" style="text;html=1;strokeColor=#000000;fillColor=none;align=center;verticalAlign=middle;whiteSpace=wrap;rounded=0;fontColor=#000000;" parent="1" vertex="1">
                    <mxGeometry x="161.15" y="800" width="50" height="20" as="geometry"/>
                </mxCell>
                <mxCell id="741" value="Antenna" style="text;html=1;strokeColor=#000000;fillColor=none;align=center;verticalAlign=middle;whiteSpace=wrap;rounded=0;fontColor=#000000;" parent="1" vertex="1">
                    <mxGeometry x="220.23" y="810" width="60" height="20" as="geometry"/>
                </mxCell>
                <mxCell id="748" value="NC" style="text;html=1;strokeColor=#B7B7B7;fillColor=none;align=center;verticalAlign=middle;whiteSpace=wrap;rounded=0;fontColor=#B7B7B7;" parent="1" vertex="1">
                    <mxGeometry x="160.54" y="210" width="30.3" height="20" as="geometry"/>
                </mxCell>
                <mxCell id="749" value="NC" style="text;html=1;strokeColor=#B7B7B7;fillColor=none;align=center;verticalAlign=middle;whiteSpace=wrap;rounded=0;fontColor=#B7B7B7;" parent="1" vertex="1">
                    <mxGeometry x="160.54" y="290" width="30.3" height="20" as="geometry"/>
                </mxCell>
                <mxCell id="750" value="GND" style="text;html=1;strokeColor=#000000;fillColor=none;align=center;verticalAlign=middle;whiteSpace=wrap;rounded=0;fontColor=#000000;" parent="1" vertex="1">
                    <mxGeometry x="300" y="359.21" width="40.54" height="20" as="geometry"/>
                </mxCell>
                <mxCell id="751" value="GND" style="text;html=1;strokeColor=#000000;fillColor=none;align=center;verticalAlign=middle;whiteSpace=wrap;rounded=0;fontColor=#000000;rotation=-90;" parent="1" vertex="1">
                    <mxGeometry x="339.32" y="359.37000000000006" width="40" height="20" as="geometry"/>
                </mxCell>
                <mxCell id="755" value="" style="line;strokeWidth=2;html=1;strokeColor=#000000;fontColor=#000000;" parent="1" vertex="1">
                    <mxGeometry x="340.54" y="364.37" width="9.46" height="10" as="geometry"/>
                </mxCell>
                <mxCell id="757" value="" style="line;strokeWidth=2;html=1;strokeColor=#000000;fontColor=#000000;" parent="1" vertex="1">
                    <mxGeometry x="339.93" y="405" width="40" height="10" as="geometry"/>
                </mxCell>
                <mxCell id="758" value="" style="line;strokeWidth=2;html=1;strokeColor=#000000;fontColor=#000000;" parent="1" vertex="1">
                    <mxGeometry x="339.93" y="444.37" width="40" height="10" as="geometry"/>
                </mxCell>
                <mxCell id="766" value="NC" style="text;html=1;strokeColor=#B7B7B7;fillColor=none;align=center;verticalAlign=middle;whiteSpace=wrap;rounded=0;fontColor=#B7B7B7;" parent="1" vertex="1">
                    <mxGeometry x="310.24" y="640" width="30.3" height="20" as="geometry"/>
                </mxCell>
                <mxCell id="768" value="15_D13" style="text;html=1;strokeColor=#000000;fillColor=none;align=center;verticalAlign=middle;whiteSpace=wrap;rounded=0;fontColor=#000000;" parent="1" vertex="1">
                    <mxGeometry x="291.75" y="680" width="49.4" height="20" as="geometry"/>
                </mxCell>
                <mxCell id="769" value="6_D12_ADC1_5&lt;br&gt;_LP_SDA" style="text;html=1;strokeColor=#000000;fillColor=none;align=center;verticalAlign=middle;whiteSpace=wrap;rounded=0;fontColor=#000000;" parent="1" vertex="1">
                    <mxGeometry x="251.75" y="710" width="89.4" height="40" as="geometry"/>
                </mxCell>
                <mxCell id="770" value="7_D11_LP_SCL&lt;br&gt;_DAT1**" style="text;html=1;strokeColor=#000000;fillColor=none;align=center;verticalAlign=middle;whiteSpace=wrap;rounded=0;fontColor=#000000;" parent="1" vertex="1">
                    <mxGeometry x="251.75000000000006" y="750" width="89.4" height="40" as="geometry"/>
                </mxCell>
                <mxCell id="771" value="NC" style="text;html=1;strokeColor=#B7B7B7;fillColor=none;align=center;verticalAlign=middle;whiteSpace=wrap;rounded=0;fontColor=#B7B7B7;" parent="1" vertex="1">
                    <mxGeometry x="312.07" y="800" width="30.3" height="20" as="geometry"/>
                </mxCell>
                <mxCell id="791" value="" style="line;strokeWidth=2;html=1;strokeColor=#000000;fontColor=#000000;" parent="1" vertex="1">
                    <mxGeometry x="339.39" y="565" width="10.61" height="10" as="geometry"/>
                </mxCell>
                <mxCell id="796" value="^ SDIO Sampling &amp;amp; Edge Control" style="text;html=1;strokeColor=none;fillColor=none;align=left;verticalAlign=middle;whiteSpace=wrap;rounded=0;fontColor=#000000;" parent="1" vertex="1">
                    <mxGeometry x="162.37" y="850" width="180" height="20" as="geometry"/>
                </mxCell>
                <mxCell id="798" value="^^ Boot Print Control (DFLT: No Effect)" style="text;html=1;strokeColor=none;fillColor=none;align=left;verticalAlign=middle;whiteSpace=wrap;rounded=0;fontColor=#000000;" parent="1" vertex="1">
                    <mxGeometry x="162.37" y="870" width="210" height="20" as="geometry"/>
                </mxCell>
                <mxCell id="799" value="** Boot JTAG Control (DFLT: No Effect)" style="text;html=1;strokeColor=none;fillColor=none;align=left;verticalAlign=middle;whiteSpace=wrap;rounded=0;fontColor=#000000;" parent="1" vertex="1">
                    <mxGeometry x="162.37" y="890" width="220" height="20" as="geometry"/>
                </mxCell>
                <mxCell id="847" value="RESERVED&lt;div&gt;(SD Card)&lt;/div&gt;" style="text;html=1;strokeColor=#000000;fillColor=none;align=center;verticalAlign=middle;whiteSpace=wrap;rounded=0;fontColor=#000000;rotation=-90;" parent="1" vertex="1">
                    <mxGeometry x="80.09" y="349.53" width="100.3" height="39.37" as="geometry"/>
                </mxCell>
                <mxCell id="849" value="RESERVED&lt;div&gt;(SD Card)&lt;/div&gt;" style="text;html=1;strokeColor=#000000;fillColor=none;align=center;verticalAlign=middle;whiteSpace=wrap;rounded=0;fontColor=#000000;" parent="1" vertex="1">
                    <mxGeometry x="80" y="509.37" width="70.66" height="40" as="geometry"/>
                </mxCell>
                <mxCell id="853" value="" style="group" parent="1" vertex="1" connectable="0">
                    <mxGeometry x="341.15000000000003" y="279.37" width="41.21999999999997" height="20" as="geometry"/>
                </mxCell>
                <mxCell id="202" value="NC" style="text;html=1;strokeColor=#B7B7B7;fillColor=none;align=center;verticalAlign=middle;whiteSpace=wrap;rounded=0;fontColor=#B7B7B7;" parent="853" vertex="1">
                    <mxGeometry x="10.919999999999959" width="30.3" height="20" as="geometry"/>
                </mxCell>
                <mxCell id="203" value="" style="line;strokeWidth=2;html=1;strokeColor=#B7B7B7;fontColor=#000000;" parent="853" vertex="1">
                    <mxGeometry y="4.3700000000000045" width="10" height="10" as="geometry"/>
                </mxCell>
                <mxCell id="854" value="" style="group" parent="1" vertex="1" connectable="0">
                    <mxGeometry x="340.00000000000006" y="180" width="41.21999999999997" height="20" as="geometry"/>
                </mxCell>
                <mxCell id="855" value="NC" style="text;html=1;strokeColor=#B7B7B7;fillColor=none;align=center;verticalAlign=middle;whiteSpace=wrap;rounded=0;fontColor=#B7B7B7;" parent="854" vertex="1">
                    <mxGeometry x="10.919999999999959" width="30.3" height="20" as="geometry"/>
                </mxCell>
                <mxCell id="856" value="" style="line;strokeWidth=2;html=1;strokeColor=#B7B7B7;fontColor=#000000;" parent="854" vertex="1">
                    <mxGeometry y="4.3700000000000045" width="10" height="10" as="geometry"/>
                </mxCell>
                <mxCell id="858" value="LP perhpials only support&lt;div&gt;&lt;font style=&quot;color: light-dark(rgb(0, 0, 0), rgb(255, 255, 255));&quot;&gt;GPIO0-6&lt;/font&gt;&lt;/div&gt;" style="shape=note;size=20;whiteSpace=wrap;html=1;strokeColor=#000000;fontColor=#000000;fillColor=none;align=left;" parent="1" vertex="1">
                    <mxGeometry x="159.32" y="910" width="180" height="40" as="geometry"/>
                </mxCell>
                <mxCell id="885" value="" style="group" parent="1" connectable="0" vertex="1">
                    <mxGeometry x="70" y="730" width="90" height="100.63" as="geometry"/>
                </mxCell>
                <mxCell id="886" value="" style="line;strokeWidth=2;html=1;strokeColor=#000000;fontColor=#000000;" parent="885" vertex="1">
                    <mxGeometry x="50" y="35" width="40" height="10" as="geometry"/>
                </mxCell>
                <mxCell id="887" value="" style="line;strokeWidth=2;html=1;strokeColor=#000000;fontColor=#000000;" parent="885" vertex="1">
                    <mxGeometry x="50" y="75.63" width="40" height="10" as="geometry"/>
                </mxCell>
                <mxCell id="888" value="" style="rounded=0;whiteSpace=wrap;html=1;fillColor=none;strokeColor=#000000;fontColor=#000000;container=0;" parent="885" vertex="1">
                    <mxGeometry y="30" width="50" height="60" as="geometry"/>
                </mxCell>
                <mxCell id="889" value="NOLI" style="text;html=1;strokeColor=#000000;fillColor=none;align=center;verticalAlign=middle;whiteSpace=wrap;rounded=0;fontColor=#000000;container=0;" parent="885" vertex="1">
                    <mxGeometry x="10" y="30.629999999999995" width="40" height="20" as="geometry"/>
                </mxCell>
                <mxCell id="890" value="LONI" style="text;html=1;strokeColor=#000000;fillColor=none;align=center;verticalAlign=middle;whiteSpace=wrap;rounded=0;fontColor=#000000;container=0;" parent="885" vertex="1">
                    <mxGeometry x="10" y="70.63" width="40" height="19.37" as="geometry"/>
                </mxCell>
                <mxCell id="891" value="UART" style="text;html=1;strokeColor=none;fillColor=none;align=left;verticalAlign=middle;whiteSpace=wrap;rounded=0;fontColor=#000000;container=0;" parent="1" vertex="1">
                    <mxGeometry x="69.93" y="820" width="50" height="20" as="geometry"/>
                </mxCell>
-                 <mxCell id="909" value="" style="group" vertex="1" connectable="0" parent="1">
-                     <mxGeometry x="560" y="900" width="209.39" height="80" as="geometry"/>
-                 </mxCell>
-                 <mxCell id="892" value="&lt;font style=&quot;color: light-dark(rgb(0, 0, 0), rgb(0, 0, 0));&quot;&gt;Controls Box&lt;/font&gt;" style="shape=umlFrame;whiteSpace=wrap;html=1;width=89;height=20;boundedLbl=1;verticalAlign=middle;align=left;spacingLeft=5;fontColor=#000000;strokeColor=#000000;fillColor=#000000;gradientColor=#000000;fillStyle=solid;movable=1;resizable=1;rotatable=1;deletable=1;editable=1;connectable=1;" vertex="1" parent="909">
+                 <mxCell id="909" value="" style="group;fillColor=none;gradientColor=none;" vertex="1" connectable="0" parent="1">
+                     <mxGeometry x="600" y="920" width="209.39" height="80" as="geometry"/>
+                 </mxCell>
+                 <mxCell id="892" value="&lt;span style=&quot;background-color: light-dark(rgb(255, 255, 255), rgb(0, 0, 0));&quot;&gt;&lt;font style=&quot;color: light-dark(rgb(0, 0, 0), rgb(255, 255, 255));&quot;&gt;Controls&lt;/font&gt;&lt;font style=&quot;color: light-dark(rgb(0, 0, 0), rgb(255, 255, 255));&quot;&gt; &lt;/font&gt;&lt;font style=&quot;color: light-dark(rgb(0, 0, 0), rgb(255, 255, 255));&quot;&gt;Box&lt;/font&gt;&lt;/span&gt;" style="shape=umlFrame;whiteSpace=wrap;html=1;width=89;height=20;boundedLbl=1;verticalAlign=middle;align=left;spacingLeft=5;fontColor=#000000;strokeColor=#000000;fillColor=light-dark(#000000,#000000);gradientColor=none;fillStyle=solid;movable=1;resizable=1;rotatable=1;deletable=1;editable=1;connectable=1;" vertex="1" parent="909">
                    <mxGeometry width="209.39" height="80" as="geometry"/>
                </mxCell>
                <mxCell id="908" value="" style="group" vertex="1" connectable="0" parent="909">
                    <mxGeometry x="9.389999999999986" y="30" width="190" height="40.940000000000055" as="geometry"/>
                </mxCell>
                <mxCell id="900" value="" style="line;strokeWidth=2;html=1;strokeColor=#000000;fontColor=#000000;" vertex="1" parent="908">
                    <mxGeometry x="40" y="15" width="10" height="10" as="geometry"/>
                </mxCell>
                <mxCell id="901" value="&lt;font style=&quot;color: light-dark(rgb(0, 0, 0), rgb(255, 255, 255));&quot;&gt;3V3_&lt;/font&gt;&lt;div&gt;&lt;font style=&quot;color: light-dark(rgb(0, 0, 0), rgb(255, 255, 255));&quot;&gt;BuckBoost_&lt;/font&gt;&lt;/div&gt;&lt;div&gt;&lt;font style=&quot;color: light-dark(rgb(0, 0, 0), rgb(255, 255, 255));&quot;&gt;Out&lt;/font&gt;&lt;/div&gt;" style="text;html=1;strokeColor=#000000;fillColor=none;align=center;verticalAlign=middle;whiteSpace=wrap;rounded=0;fontColor=#000000;rotation=0;" vertex="1" parent="908">
                    <mxGeometry x="118.77999999999997" width="71.22" height="40.94" as="geometry"/>
                </mxCell>
                <mxCell id="903" value="" style="line;strokeWidth=2;html=1;strokeColor=#000000;fontColor=#000000;" vertex="1" parent="908">
                    <mxGeometry x="108.77999999999997" y="15.309999999999945" width="10" height="10" as="geometry"/>
                </mxCell>
                <mxCell id="904" value="3V3" style="text;html=1;strokeColor=#000000;fillColor=none;align=center;verticalAlign=middle;whiteSpace=wrap;rounded=0;fontColor=#000000;rotation=0;" vertex="1" parent="908">
                    <mxGeometry y="10" width="40" height="20" as="geometry"/>
                </mxCell>
-                 <mxCell id="907" value="&lt;span style=&quot;text-align: left;&quot;&gt;&lt;font style=&quot;color: light-dark(rgb(237, 237, 237), rgb(255, 255, 255));&quot;&gt;Header or Switch&lt;/font&gt;&lt;/span&gt;" style="text;html=1;strokeColor=#000000;fillColor=none;align=center;verticalAlign=middle;whiteSpace=wrap;rounded=0;fontColor=#000000;rotation=0;" vertex="1" parent="908">
+                 <mxCell id="907" value="&lt;span style=&quot;text-align: left;&quot;&gt;&lt;font style=&quot;color: light-dark(rgb(0, 0, 0), rgb(255, 255, 255));&quot;&gt;Header or Switch&lt;/font&gt;&lt;/span&gt;" style="text;html=1;strokeColor=#000000;fillColor=none;align=center;verticalAlign=middle;whiteSpace=wrap;rounded=0;fontColor=#000000;rotation=0;" vertex="1" parent="908">
                    <mxGeometry x="50" width="58.78" height="40.94" as="geometry"/>
                </mxCell>
                <mxCell id="910" value="NC" style="text;html=1;strokeColor=#B7B7B7;fillColor=none;align=center;verticalAlign=middle;whiteSpace=wrap;rounded=0;fontColor=#B7B7B7;" vertex="1" parent="1">
                    <mxGeometry x="160.54000000000002" y="560" width="30.3" height="20" as="geometry"/>
                </mxCell>
                <mxCell id="911" value="NC" style="text;html=1;strokeColor=#B7B7B7;fillColor=none;align=center;verticalAlign=middle;whiteSpace=wrap;rounded=0;fontColor=#B7B7B7;" vertex="1" parent="1">
                    <mxGeometry x="160.54" y="640" width="29.46" height="20" as="geometry"/>
                </mxCell>
                <mxCell id="914" value="26_D3*" style="text;html=1;strokeColor=#000000;fillColor=none;align=center;verticalAlign=middle;whiteSpace=wrap;rounded=0;fontColor=#000000;" vertex="1" parent="1">
                    <mxGeometry x="160.23" y="680" width="50" height="20" as="geometry"/>
                </mxCell>
                <mxCell id="916" value="" style="group" vertex="1" connectable="0" parent="1">
                    <mxGeometry x="382.37" y="690" width="95" height="110.63" as="geometry"/>
                </mxCell>
                <mxCell id="925" value="" style="group" vertex="1" connectable="0" parent="916">
                    <mxGeometry y="20.629999999999995" width="52.78" height="90" as="geometry"/>
                </mxCell>
                <mxCell id="918" value="" style="rounded=0;whiteSpace=wrap;html=1;fillColor=none;strokeColor=#000000;fontColor=#000000;container=0;" vertex="1" parent="925">
                    <mxGeometry width="52.78" height="70" as="geometry"/>
                </mxCell>
                <mxCell id="919" value="SCL" style="text;html=1;strokeColor=#000000;fillColor=none;align=center;verticalAlign=middle;whiteSpace=wrap;rounded=0;fontColor=#000000;container=0;" vertex="1" parent="925">
                    <mxGeometry width="42.22222222222222" height="20" as="geometry"/>
                </mxCell>
                <mxCell id="920" value="SDA" style="text;html=1;strokeColor=#000000;fillColor=none;align=center;verticalAlign=middle;whiteSpace=wrap;rounded=0;fontColor=#000000;container=0;" vertex="1" parent="925">
                    <mxGeometry y="50" width="42.22222222222222" height="20" as="geometry"/>
                </mxCell>
                <mxCell id="917" value="I2C Bus" style="text;html=1;strokeColor=none;fillColor=none;align=left;verticalAlign=middle;whiteSpace=wrap;rounded=0;fontColor=#000000;container=0;" vertex="1" parent="925">
                    <mxGeometry y="70" width="52.77777777777778" height="20" as="geometry"/>
                </mxCell>
                <mxCell id="922" value="" style="line;strokeWidth=2;html=1;strokeColor=#000000;fontColor=#000000;" vertex="1" parent="1">
                    <mxGeometry x="342.37" y="724.9999999999999" width="40" height="10" as="geometry"/>
                </mxCell>
                <mxCell id="923" value="" style="line;strokeWidth=2;html=1;strokeColor=#000000;fontColor=#000000;" vertex="1" parent="1">
                    <mxGeometry x="342.37" y="765" width="40" height="10" as="geometry"/>
                </mxCell>
                <mxCell id="926" value="3V3_C" style="text;html=1;strokeColor=#000000;fillColor=none;align=center;verticalAlign=middle;whiteSpace=wrap;rounded=0;fontColor=#000000;" vertex="1" parent="1">
                    <mxGeometry x="300" y="320" width="40.61" height="20" as="geometry"/>
                </mxCell>
                <mxCell id="776" value="MTMS" style="text;html=1;strokeColor=#000000;fillColor=none;align=center;verticalAlign=middle;whiteSpace=wrap;rounded=0;fontColor=#000000;container=0;" parent="1" vertex="1">
                    <mxGeometry x="350" y="600" width="50" height="20" as="geometry"/>
                </mxCell>
                <mxCell id="777" value="MTCK" style="text;html=1;strokeColor=#000000;fillColor=none;align=center;verticalAlign=middle;whiteSpace=wrap;rounded=0;fontColor=#000000;container=0;" parent="1" vertex="1">
                    <mxGeometry x="350" y="520" width="50" height="20" as="geometry"/>
                </mxCell>
                <mxCell id="778" value="MTDO" style="text;html=1;strokeColor=#000000;fillColor=none;align=center;verticalAlign=middle;whiteSpace=wrap;rounded=0;fontColor=#000000;container=0;" parent="1" vertex="1">
                    <mxGeometry x="350" y="480" width="50" height="20" as="geometry"/>
                </mxCell>
                <mxCell id="783" value="MTDI" style="text;html=1;strokeColor=#000000;fillColor=none;align=center;verticalAlign=middle;whiteSpace=wrap;rounded=0;fontColor=#000000;container=0;" parent="1" vertex="1">
                    <mxGeometry x="350" y="560" width="50" height="20" as="geometry"/>
                </mxCell>
                <mxCell id="787" value="JTAG Header" style="text;html=1;strokeColor=none;fillColor=none;align=left;verticalAlign=middle;whiteSpace=wrap;rounded=0;fontColor=#000000;container=0;" parent="1" vertex="1">
                    <mxGeometry x="350" y="619.37" width="90" height="25" as="geometry"/>
                </mxCell>
                <mxCell id="931" value="" style="group" vertex="1" connectable="0" parent="1">
                    <mxGeometry x="380.54" y="379.21" width="52.78" height="81.42000000000002" as="geometry"/>
                </mxCell>
                <mxCell id="759" value="I2C Bus" style="text;html=1;strokeColor=none;fillColor=none;align=left;verticalAlign=middle;whiteSpace=wrap;rounded=0;fontColor=#000000;container=0;" parent="931" vertex="1">
                    <mxGeometry width="50" height="20" as="geometry"/>
                </mxCell>
                <mxCell id="760" value="" style="rounded=0;whiteSpace=wrap;html=1;fillColor=none;strokeColor=#000000;fontColor=#000000;container=0;" parent="931" vertex="1">
                    <mxGeometry y="20.79" width="50" height="60" as="geometry"/>
                </mxCell>
                <mxCell id="761" value="SCL" style="text;html=1;strokeColor=#000000;fillColor=none;align=center;verticalAlign=middle;whiteSpace=wrap;rounded=0;fontColor=#000000;container=0;" parent="931" vertex="1">
                    <mxGeometry y="21.420000000000016" width="39.46" height="20" as="geometry"/>
                </mxCell>
                <mxCell id="762" value="SDA" style="text;html=1;strokeColor=#000000;fillColor=none;align=center;verticalAlign=middle;whiteSpace=wrap;rounded=0;fontColor=#000000;container=0;" parent="931" vertex="1">
                    <mxGeometry y="61.420000000000016" width="39.46" height="20" as="geometry"/>
                </mxCell>
                <mxCell id="932" value="" style="group" vertex="1" connectable="0" parent="1">
                    <mxGeometry x="420" y="459.37" width="52.78" height="81.42000000000002" as="geometry"/>
                </mxCell>
                <mxCell id="933" value="UART" style="text;html=1;strokeColor=none;fillColor=none;align=left;verticalAlign=middle;whiteSpace=wrap;rounded=0;fontColor=#000000;container=0;" vertex="1" parent="932">
                    <mxGeometry width="50" height="20" as="geometry"/>
                </mxCell>
                <mxCell id="934" value="" style="rounded=0;whiteSpace=wrap;html=1;fillColor=none;strokeColor=#000000;fontColor=#000000;container=0;" vertex="1" parent="932">
                    <mxGeometry y="20.79000000000002" width="39.46" height="60" as="geometry"/>
                </mxCell>
                <mxCell id="935" value="SCL" style="text;html=1;strokeColor=#000000;fillColor=none;align=center;verticalAlign=middle;whiteSpace=wrap;rounded=0;fontColor=#000000;container=0;" vertex="1" parent="932">
                    <mxGeometry y="21.420000000000016" width="39.46" height="20" as="geometry"/>
                </mxCell>
                <mxCell id="936" value="SDA" style="text;html=1;strokeColor=#000000;fillColor=none;align=center;verticalAlign=middle;whiteSpace=wrap;rounded=0;fontColor=#000000;container=0;" vertex="1" parent="932">
                    <mxGeometry y="61.420000000000016" width="39.46" height="20" as="geometry"/>
                </mxCell>
                <mxCell id="937" value="" style="line;strokeWidth=2;html=1;strokeColor=#000000;fontColor=#000000;" vertex="1" parent="1">
                    <mxGeometry x="400.54" y="485" width="19.46" height="10" as="geometry"/>
                </mxCell>
                <mxCell id="938" value="" style="line;strokeWidth=2;html=1;strokeColor=#000000;fontColor=#000000;" vertex="1" parent="1">
                    <mxGeometry x="400.54" y="525" width="19.46" height="10" as="geometry"/>
                </mxCell>
                <mxCell id="940" value="" style="group" vertex="1" connectable="0" parent="1">
                    <mxGeometry x="400.16" y="540" width="180" height="88.75" as="geometry"/>
                </mxCell>
                <mxCell id="326" value="" style="rounded=0;whiteSpace=wrap;html=1;fillColor=none;strokeColor=#000000;fontColor=#000000;" parent="940" vertex="1">
                    <mxGeometry x="20" y="20" width="110" height="60" as="geometry"/>
                </mxCell>
                <mxCell id="329" value="PWM" style="text;html=1;strokeColor=#000000;fillColor=none;align=center;verticalAlign=middle;whiteSpace=wrap;rounded=0;fontColor=#000000;" parent="940" vertex="1">
                    <mxGeometry x="20" y="20" width="40" height="22.5" as="geometry"/>
                </mxCell>
                <mxCell id="335" value="VDD" style="text;html=1;strokeColor=#000000;fillColor=none;align=center;verticalAlign=middle;whiteSpace=wrap;rounded=0;fontColor=#000000;" parent="940" vertex="1">
                    <mxGeometry x="90.00000000000006" y="20" width="40" height="20" as="geometry"/>
                </mxCell>
                <mxCell id="336" value="GND" style="text;html=1;strokeColor=#000000;fillColor=none;align=center;verticalAlign=middle;whiteSpace=wrap;rounded=0;fontColor=#000000;" parent="940" vertex="1">
                    <mxGeometry x="90.00000000000006" y="60" width="40" height="20" as="geometry"/>
                </mxCell>
                <mxCell id="458" value="" style="line;strokeWidth=2;html=1;strokeColor=#000000;fontColor=#000000;" parent="940" vertex="1">
                    <mxGeometry x="130.00000000000006" y="25" width="10" height="10" as="geometry"/>
                </mxCell>
                <mxCell id="461" value="" style="line;strokeWidth=2;html=1;strokeColor=#000000;fontColor=#000000;" parent="940" vertex="1">
                    <mxGeometry x="130.00000000000006" y="63.75" width="10" height="10" as="geometry"/>
                </mxCell>
                <mxCell id="499" value="" style="line;strokeWidth=2;html=1;strokeColor=#000000;fontColor=#000000;" parent="940" vertex="1">
                    <mxGeometry y="65" width="20" height="10" as="geometry"/>
                </mxCell>
                <mxCell id="500" value="" style="line;strokeWidth=2;html=1;strokeColor=#000000;fontColor=#000000;" parent="940" vertex="1">
                    <mxGeometry y="25" width="20" height="10" as="geometry"/>
                </mxCell>
                <mxCell id="460" value="GND" style="text;html=1;strokeColor=#000000;fillColor=none;align=center;verticalAlign=middle;whiteSpace=wrap;rounded=0;fontColor=#000000;rotation=-90;" parent="940" vertex="1">
                    <mxGeometry x="129.99999999999994" y="58.75" width="40" height="20" as="geometry"/>
                </mxCell>
                <mxCell id="328" value="PosFB_V" style="text;html=1;strokeColor=#000000;fillColor=none;align=center;verticalAlign=middle;whiteSpace=wrap;rounded=0;fontColor=#000000;" parent="940" vertex="1">
                    <mxGeometry x="20" y="60" width="60" height="20" as="geometry"/>
                </mxCell>
                <mxCell id="340" value="7VDC" style="text;html=1;strokeColor=#000000;fillColor=none;align=center;verticalAlign=middle;whiteSpace=wrap;rounded=0;fontColor=#000000;rotation=0;" parent="940" vertex="1">
                    <mxGeometry x="140" y="20" width="40" height="20" as="geometry"/>
                </mxCell>
                <mxCell id="327" value="Actuator Header" style="text;html=1;strokeColor=none;fillColor=none;align=left;verticalAlign=middle;whiteSpace=wrap;rounded=0;fontColor=#000000;" parent="940" vertex="1">
                    <mxGeometry x="20" width="110" height="20" as="geometry"/>
                </mxCell>
                <mxCell id="942" value="RESERVED&lt;div&gt;(Reset)&lt;/div&gt;" style="text;html=1;strokeColor=#000000;fillColor=none;align=center;verticalAlign=middle;whiteSpace=wrap;rounded=0;fontColor=#000000;" vertex="1" parent="1">
                    <mxGeometry x="80.43" y="119.37" width="70.23" height="40.63" as="geometry"/>
                </mxCell>
                <mxCell id="944" value="&lt;span style=&quot;&quot;&gt;&lt;font style=&quot;color: light-dark(rgb(0, 0, 0), rgb(255, 255, 255));&quot;&gt;Needs Testing&lt;/font&gt;&lt;/span&gt;" style="shape=note;size=20;whiteSpace=wrap;html=1;strokeColor=#000000;fontColor=#000000;fillColor=none;align=left;" vertex="1" parent="1">
                    <mxGeometry x="350" y="319.21" width="100" height="20.79" as="geometry"/>
                </mxCell>
                <mxCell id="945" value="&lt;span style=&quot;&quot;&gt;&lt;font style=&quot;color: light-dark(rgb(0, 0, 0), rgb(255, 255, 255));&quot;&gt;May&lt;/font&gt;&lt;/span&gt;&lt;div&gt;&lt;span style=&quot;&quot;&gt;&lt;font style=&quot;color: light-dark(rgb(0, 0, 0), rgb(255, 255, 255));&quot;&gt;Need&amp;nbsp;&lt;/font&gt;&lt;/span&gt;&lt;span style=&quot;background-color: transparent;&quot;&gt;&lt;font style=&quot;color: light-dark(rgb(0, 0, 0), rgb(255, 255, 255));&quot;&gt;Caps&lt;/font&gt;&lt;/span&gt;&lt;/div&gt;" style="shape=note;size=20;whiteSpace=wrap;html=1;strokeColor=#000000;fontColor=#000000;fillColor=none;align=left;" vertex="1" parent="1">
                    <mxGeometry x="30" y="160" width="70.54" height="40" as="geometry"/>
                </mxCell>
            </root>
        </mxGraphModel>
    </diagram>
</mxfile>